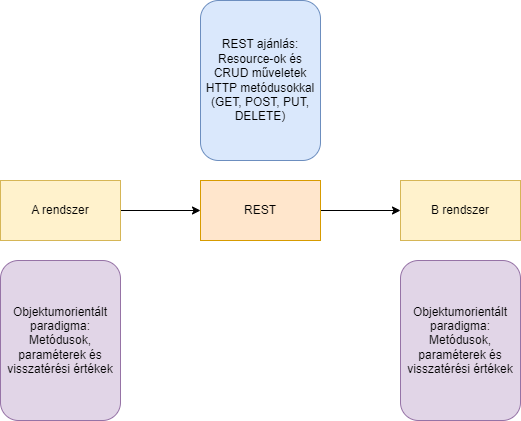
Before: artifacts/posts/2023-08-31-workflow-es-rest/absztakciok.png, a diagram exported from draw.io (vicziani/vicziani.github.com). Source tidied: cells renumbered, new cells last; positions are measured from the earlier drawing's top-left corner, leaving out a move shared by most shapes.
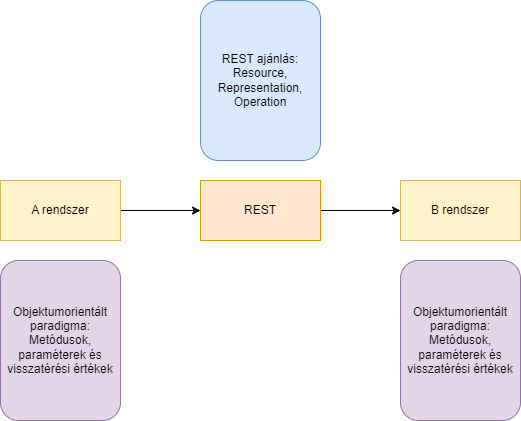
Later version of the same file.

Commit message:
"Hogyan érdemes egy munkafolyamat lépéseihez REST API-t tervezni?" poszt javítások

The edit, as a diff of the source:
```diff
@@ -23,7 +23,7 @@
     <mxCell id="8" value="Objektumorientált paradigma:&lt;br&gt;Metódusok, paraméterek és visszatérési értékek" style="rounded=1;whiteSpace=wrap;html=1;fillColor=#e1d5e7;strokeColor=#9673a6;" parent="1" vertex="1">
       <mxGeometry x="400" y="260" width="120" height="160" as="geometry" />
     </mxCell>
-    <mxCell id="9" value="REST ajánlás:&lt;br&gt;Resource-ok és CRUD műveletek HTTP metódusokkal (GET, POST, PUT, DELETE)" style="rounded=1;whiteSpace=wrap;html=1;fillColor=#dae8fc;strokeColor=#6c8ebf;" parent="1" vertex="1">
+    <mxCell id="9" value="REST ajánlás:&lt;br&gt;Resource, Representation, Operation" style="rounded=1;whiteSpace=wrap;html=1;fillColor=#dae8fc;strokeColor=#6c8ebf;" parent="1" vertex="1">
       <mxGeometry x="200" width="120" height="160" as="geometry" />
     </mxCell>
   </root>
```
